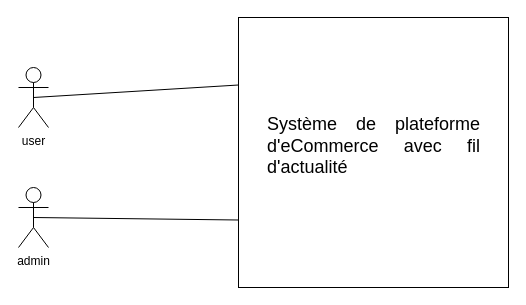
This is page "contexte" (1 of 7) of TIkShopDataBase.drawio from Bryann-coder/FlashShop, a draw.io file, before an edit. Source tidied: cells renumbered, new cells numbered last; positions are measured from the earlier drawing's top-left corner, leaving out a move shared by most shapes. Both pictures are drawn from the tidied source at 100%, with x=0, y=0 at pixel (18, 17).
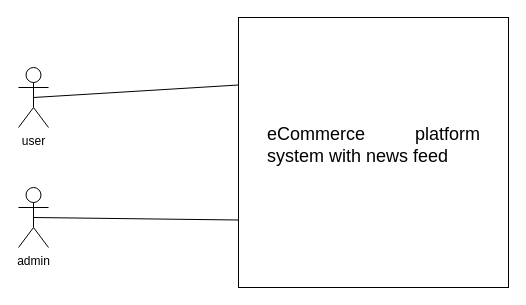
The same page after the edit.

The edit, as a diff of the source:
```diff
@@
 <mxGraphModel>
   <root>
     <mxCell id="0" />
     <mxCell id="1" parent="0" />
     <mxCell id="2" value="user" style="shape=umlActor;verticalLabelPosition=bottom;verticalAlign=top;html=1;outlineConnect=0;" parent="1" vertex="1">
       <mxGeometry y="50" width="30" height="60" as="geometry" />
     </mxCell>
     <mxCell id="3" value="admin" style="shape=umlActor;verticalLabelPosition=bottom;verticalAlign=top;html=1;outlineConnect=0;" parent="1" vertex="1">
       <mxGeometry y="170" width="30" height="60" as="geometry" />
     </mxCell>
     <mxCell id="4" style="rounded=0;whiteSpace=wrap;html=1;" parent="1" vertex="1">
       <mxGeometry x="220" width="270" height="270" as="geometry" />
     </mxCell>
     <mxCell id="5" style="endArrow=none;html=1;rounded=0;entryX=0;entryY=0.25;entryDx=0;entryDy=0;exitX=0.5;exitY=0.5;exitDx=0;exitDy=0;exitPerimeter=0;" parent="1" edge="1" source="2" target="4">
       <mxGeometry relative="1" as="geometry" />
     </mxCell>
     <mxCell id="6" style="endArrow=none;html=1;rounded=0;entryX=0;entryY=0.75;entryDx=0;entryDy=0;exitX=0.5;exitY=0.5;exitDx=0;exitDy=0;exitPerimeter=0;" parent="1" edge="1" source="3" target="4">
       <mxGeometry relative="1" as="geometry" />
     </mxCell>
-    <mxCell id="7" value="&lt;div style=&quot;text-align: justify;&quot;&gt;&lt;span style=&quot;font-size: 18px; background-color: initial;&quot;&gt;Système de plateforme d'eCommerce avec fil d'actualité&amp;nbsp;&lt;/span&gt;&lt;/div&gt;" style="text;html=1;whiteSpace=wrap;overflow=hidden;rounded=0;align=center;" parent="1" vertex="1">
-      <mxGeometry x="247.5" y="90" width="215" height="140" as="geometry" />
+    <mxCell id="7" value="&lt;div style=&quot;text-align: justify;&quot;&gt;&lt;span style=&quot;font-size: 18px; background-color: initial;&quot;&gt;eCommerce platform system with news feed&amp;nbsp;&lt;/span&gt;&lt;/div&gt;" style="text;html=1;whiteSpace=wrap;overflow=hidden;rounded=0;align=center;" parent="1" vertex="1">
+      <mxGeometry x="247.5" y="100" width="215" height="80" as="geometry" />
     </mxCell>
   </root>
 </mxGraphModel>
```
